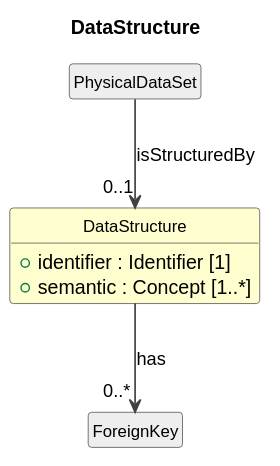
Cross-Domain-Interoperability-Framework/metadataBuildingBlocks keeps this PlantUML diagram as cdif-uml-model/CDIFDataStructure/Classes/DataStructure.svg. Above is the earlier version.
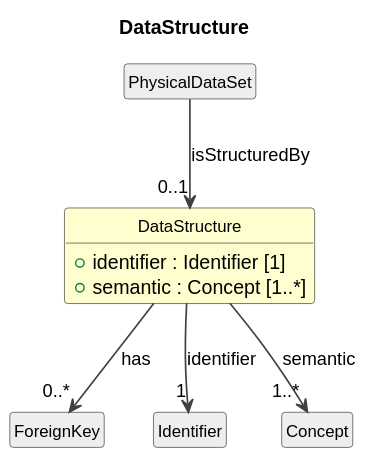
The same diagram one commit later.

Change to the diagram source:
```diff
@@ -18,4 +18,8 @@
 DataStructure --> "0..*" ForeignKey : has
 class "PhysicalDataSet" as PhysicalDataSet #EEEEEE
 PhysicalDataSet --> "0..1" DataStructure : isStructuredBy
+class "Identifier" as Identifier #EEEEEE
+DataStructure --> "1" Identifier : identifier
+class "Concept" as Concept #EEEEEE
+DataStructure --> "1..*" Concept : semantic
 @enduml
```
